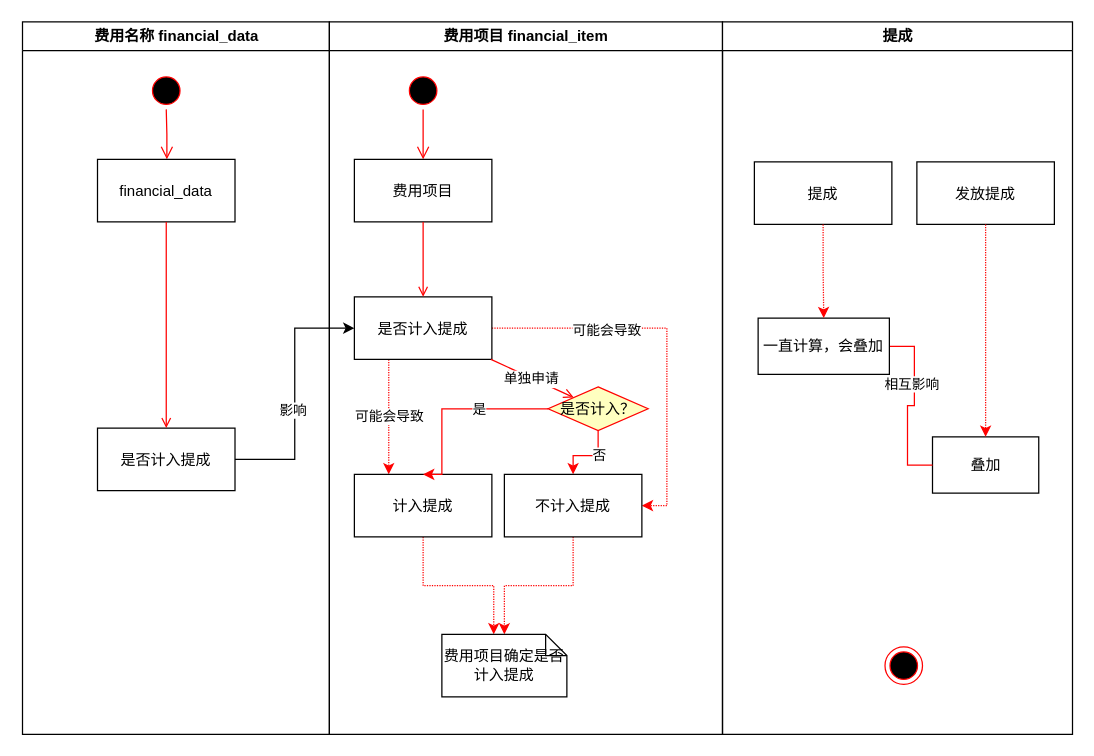
Before: 业务员提成.drawio in gongyao1992/draw, a draw.io diagram. Source tidied: cells renumbered, new cells numbered last; positions are measured from the earlier drawing's top-left corner, leaving out a move shared by most shapes. Both pictures are drawn from the tidied source at 125%, with x=0, y=0 at pixel (21, 21).
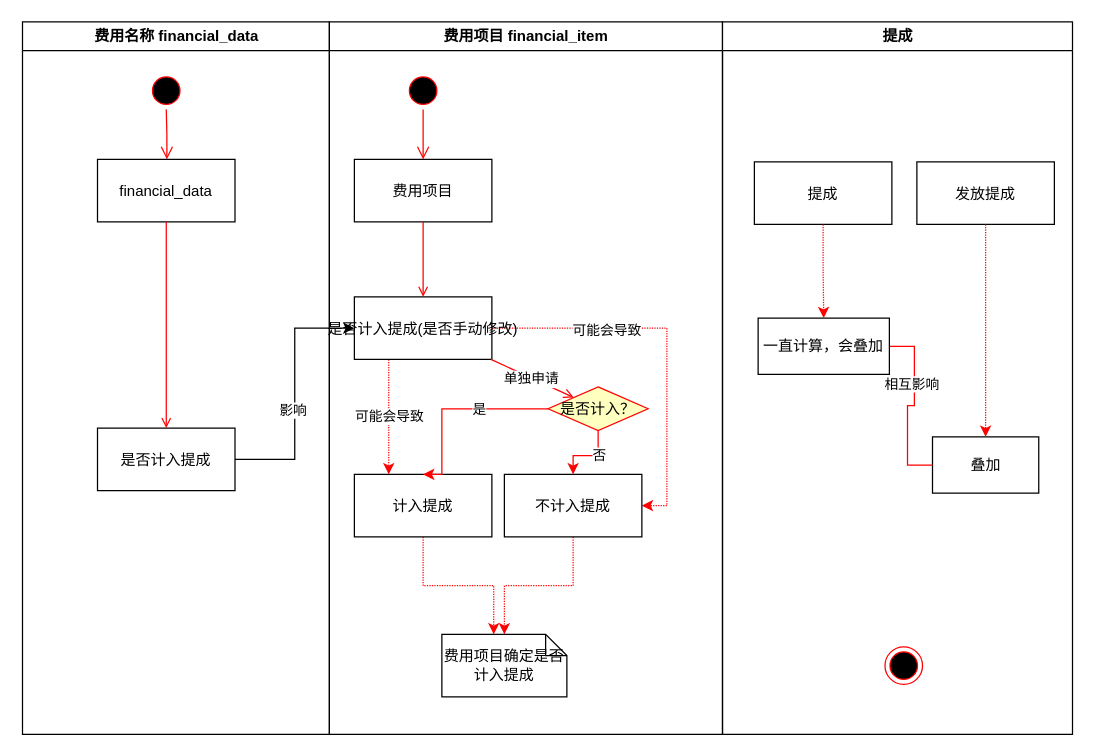
After the change.

Commit message:
更新业务员提成.drawio

The change refers to these unchanged cells:
```xml
<mxCell id="8" value="费用项目 financial_item" style="swimlane;whiteSpace=wrap;" parent="1" vertex="1">
  <mxGeometry x="246" width="314.5" height="570" as="geometry" />
</mxCell>
```

Diff of the diagram source:
```diff
@@
-    <mxCell id="15" value="是否计入提成" parent="8" vertex="1">
+    <mxCell id="15" value="是否计入提成(是否手动修改)" parent="8" vertex="1">
       <mxGeometry x="20" y="220" width="110" height="50" as="geometry" />
     </mxCell>
```
